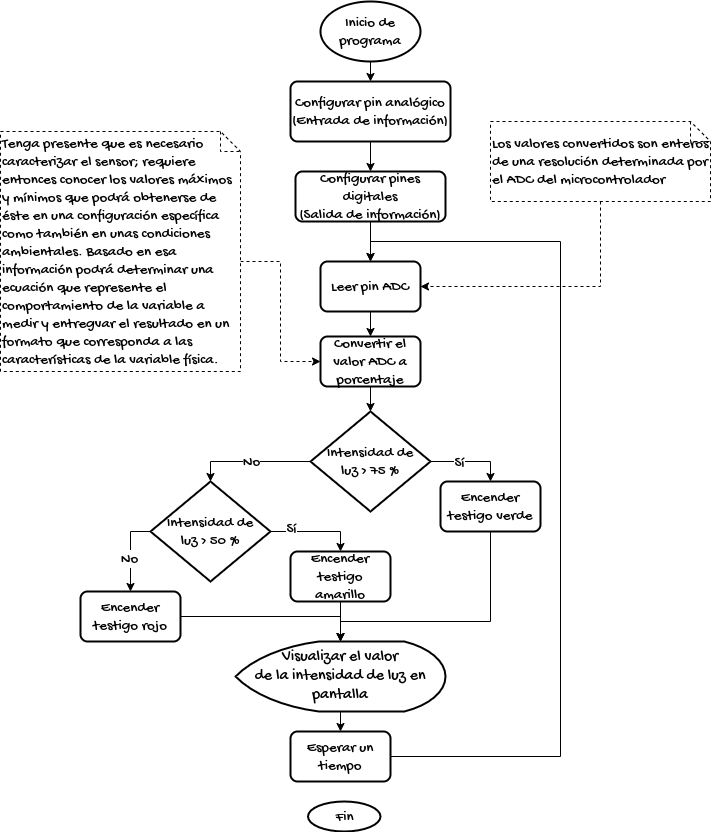
The draw.io diagram desing/t4-adc/adc-algoritmo.drawio.png in johnnycubides/taller-ing-electronical-UNAL, before a commit. Source tidied: cells renumbered, new cells last; positions are measured from the earlier drawing's top-left corner, leaving out a move shared by most shapes. Its diagram source:
```xml
<mxGraphModel>
  <root>
    <mxCell id="0" />
    <mxCell id="1" parent="0" />
    <mxCell id="2" style="edgeStyle=orthogonalEdgeStyle;rounded=0;jettySize=auto;html=1;exitX=0.5;exitY=1;exitDx=0;exitDy=0;exitPerimeter=0;entryX=0.5;entryY=0;entryDx=0;entryDy=0;" parent="1" edge="1" source="3" target="5">
      <mxGeometry relative="1" as="geometry" />
    </mxCell>
    <mxCell id="3" value="Inicio de programa" style="strokeWidth=2;html=1;shape=mxgraph.flowchart.start_1;whiteSpace=wrap;fontFamily=Gochi Hand;fontSource=https%3A%2F%2Ffonts.googleapis.com%2Fcss%3Ffamily%3DGochi%2BHand;fontSize=15;" parent="1" vertex="1">
      <mxGeometry x="320" width="100" height="60" as="geometry" />
    </mxCell>
    <mxCell id="4" style="edgeStyle=orthogonalEdgeStyle;rounded=0;jettySize=auto;html=1;exitX=0.5;exitY=1;exitDx=0;exitDy=0;entryX=0.5;entryY=0;entryDx=0;entryDy=0;" parent="1" edge="1" source="5" target="7">
      <mxGeometry relative="1" as="geometry" />
    </mxCell>
    <mxCell id="5" value="Configurar pin analógico&lt;br&gt;(Entrada de información)" style="rounded=1;whiteSpace=wrap;html=1;absoluteArcSize=1;arcSize=14;strokeWidth=2;fontFamily=Gochi Hand;fontSource=https%3A%2F%2Ffonts.googleapis.com%2Fcss%3Ffamily%3DGochi%2BHand;fontSize=15;" parent="1" vertex="1">
      <mxGeometry x="290" y="80" width="160" height="60" as="geometry" />
    </mxCell>
    <mxCell id="6" style="edgeStyle=orthogonalEdgeStyle;rounded=0;jettySize=auto;html=1;exitX=0.5;exitY=1;exitDx=0;exitDy=0;entryX=0.5;entryY=0;entryDx=0;entryDy=0;" parent="1" edge="1" source="7" target="9">
      <mxGeometry relative="1" as="geometry" />
    </mxCell>
    <mxCell id="7" value="Configurar pines digitales&lt;br&gt;(Salida de información)" style="rounded=1;whiteSpace=wrap;html=1;absoluteArcSize=1;arcSize=14;strokeWidth=2;fontFamily=Gochi Hand;fontSource=https%3A%2F%2Ffonts.googleapis.com%2Fcss%3Ffamily%3DGochi%2BHand;fontSize=15;" parent="1" vertex="1">
      <mxGeometry x="295" y="170" width="150" height="50" as="geometry" />
    </mxCell>
    <mxCell id="8" style="edgeStyle=orthogonalEdgeStyle;rounded=0;jettySize=auto;html=1;exitX=0.5;exitY=1;exitDx=0;exitDy=0;entryX=0.5;entryY=0;entryDx=0;entryDy=0;" parent="1" edge="1" source="9" target="10">
      <mxGeometry relative="1" as="geometry" />
    </mxCell>
    <mxCell id="9" value="Leer pin ADC" style="rounded=1;whiteSpace=wrap;html=1;absoluteArcSize=1;arcSize=14;strokeWidth=2;fontFamily=Gochi Hand;fontSource=https%3A%2F%2Ffonts.googleapis.com%2Fcss%3Ffamily%3DGochi%2BHand;fontSize=15;" parent="1" vertex="1">
      <mxGeometry x="320" y="260" width="100" height="50" as="geometry" />
    </mxCell>
    <mxCell id="10" value="Convertir el valor ADC a porcentaje" style="rounded=1;whiteSpace=wrap;html=1;absoluteArcSize=1;arcSize=14;strokeWidth=2;fontFamily=Gochi Hand;fontSource=https%3A%2F%2Ffonts.googleapis.com%2Fcss%3Ffamily%3DGochi%2BHand;fontSize=15;" parent="1" vertex="1">
      <mxGeometry x="320" y="335" width="100" height="50" as="geometry" />
    </mxCell>
    <mxCell id="11" style="edgeStyle=orthogonalEdgeStyle;rounded=0;jettySize=auto;html=1;exitX=0.5;exitY=1;exitDx=0;exitDy=0;exitPerimeter=0;entryX=1;entryY=0.5;entryDx=0;entryDy=0;dashed=1;" parent="1" edge="1" source="12" target="9">
      <mxGeometry relative="1" as="geometry" />
    </mxCell>
    <mxCell id="12" value="Los valores convertidos son enteros de una resolución determinada por el ADC del microcontrolador" style="shape=note;size=20;whiteSpace=wrap;html=1;fontSize=15;fontFamily=Gochi Hand;fontSource=https%3A%2F%2Ffonts.googleapis.com%2Fcss%3Ffamily%3DGochi%2BHand;dashed=1;align=left;" parent="1" vertex="1">
      <mxGeometry x="490" y="120" width="220" height="80" as="geometry" />
    </mxCell>
    <mxCell id="13" style="edgeStyle=orthogonalEdgeStyle;rounded=0;jettySize=auto;html=1;exitX=0;exitY=0;exitDx=240;exitDy=130;exitPerimeter=0;entryX=0;entryY=0.5;entryDx=0;entryDy=0;dashed=1;" parent="1" edge="1" source="14" target="10">
      <mxGeometry relative="1" as="geometry" />
    </mxCell>
    <mxCell id="14" value="Tenga presente que es necesario caracterizar el sensor; requiere entonces conocer los valores máximos y mínimos que podrá obtenerse de éste en una configuración específica como también en unas condiciones ambientales. Basado en esa información podrá determinar una ecuación que represente el comportamiento de la variable a medir y entregvar el resultado en un formato que corresponda a las características de la variable física." style="shape=note;size=20;whiteSpace=wrap;html=1;fontSize=15;fontFamily=Gochi Hand;fontSource=https%3A%2F%2Ffonts.googleapis.com%2Fcss%3Ffamily%3DGochi%2BHand;dashed=1;align=left;" parent="1" vertex="1">
      <mxGeometry y="130" width="240" height="240" as="geometry" />
    </mxCell>
    <mxCell id="15" style="edgeStyle=orthogonalEdgeStyle;rounded=0;jettySize=auto;html=1;exitX=1;exitY=0.5;exitDx=0;exitDy=0;exitPerimeter=0;entryX=0.5;entryY=0;entryDx=0;entryDy=0;" parent="1" edge="1" source="17" target="19">
      <mxGeometry relative="1" as="geometry" />
    </mxCell>
    <mxCell id="16" value="Sí" style="edgeLabel;html=1;align=center;verticalAlign=middle;fontStyle=0;fontSize=15;fontFamily=Gochi Hand;fontSource=https%3A%2F%2Ffonts.googleapis.com%2Fcss%3Ffamily%3DGochi%2BHand;" parent="15" vertex="1">
      <mxGeometry x="-0.3" relative="1" as="geometry" />
    </mxCell>
    <mxCell id="17" value="Intensidad de&lt;br&gt;luz &amp;gt; 75 %" style="strokeWidth=2;html=1;shape=mxgraph.flowchart.decision;whiteSpace=wrap;fontSize=15;fontFamily=Gochi Hand;fontSource=https%3A%2F%2Ffonts.googleapis.com%2Fcss%3Ffamily%3DGochi%2BHand;" parent="1" vertex="1">
      <mxGeometry x="310" y="410" width="120" height="100" as="geometry" />
    </mxCell>
    <mxCell id="18" style="edgeStyle=orthogonalEdgeStyle;rounded=0;jettySize=auto;html=1;exitX=0.5;exitY=1;exitDx=0;exitDy=0;entryX=0.5;entryY=0;entryDx=0;entryDy=0;entryPerimeter=0;" parent="1" edge="1" source="10" target="17">
      <mxGeometry relative="1" as="geometry" />
    </mxCell>
    <mxCell id="19" value="Encender testigo verde" style="rounded=1;whiteSpace=wrap;html=1;absoluteArcSize=1;arcSize=14;strokeWidth=2;fontFamily=Gochi Hand;fontSource=https%3A%2F%2Ffonts.googleapis.com%2Fcss%3Ffamily%3DGochi%2BHand;fontSize=15;" parent="1" vertex="1">
      <mxGeometry x="440" y="480" width="100" height="50" as="geometry" />
    </mxCell>
    <mxCell id="20" style="edgeStyle=orthogonalEdgeStyle;rounded=0;jettySize=auto;html=1;exitX=0.5;exitY=1;exitDx=0;exitDy=0;exitPerimeter=0;entryX=0.5;entryY=0;entryDx=0;entryDy=0;" parent="1" edge="1" source="21" target="23">
      <mxGeometry relative="1" as="geometry" />
    </mxCell>
    <mxCell id="21" value="Visualizar el valor&lt;br&gt;de la intensidad de luz en&lt;br&gt;pantalla" style="strokeWidth=2;html=1;shape=mxgraph.flowchart.display;whiteSpace=wrap;fontSize=16;fontFamily=Gochi Hand;fontSource=https%3A%2F%2Ffonts.googleapis.com%2Fcss%3Ffamily%3DGochi%2BHand;" parent="1" vertex="1">
      <mxGeometry x="235" y="640" width="210" height="70" as="geometry" />
    </mxCell>
    <mxCell id="22" style="edgeStyle=orthogonalEdgeStyle;rounded=0;jettySize=auto;html=1;exitX=1;exitY=0.5;exitDx=0;exitDy=0;entryX=0.5;entryY=0;entryDx=0;entryDy=0;" parent="1" edge="1" source="23" target="9">
      <mxGeometry relative="1" as="geometry">
        <Array as="points">
          <mxPoint x="560" y="755" />
          <mxPoint x="560" y="240" />
          <mxPoint x="370" y="240" />
        </Array>
      </mxGeometry>
    </mxCell>
    <mxCell id="23" value="Esperar un tiempo" style="rounded=1;whiteSpace=wrap;html=1;absoluteArcSize=1;arcSize=14;strokeWidth=2;fontFamily=Gochi Hand;fontSource=https%3A%2F%2Ffonts.googleapis.com%2Fcss%3Ffamily%3DGochi%2BHand;fontSize=15;" parent="1" vertex="1">
      <mxGeometry x="290" y="730" width="100" height="50" as="geometry" />
    </mxCell>
    <mxCell id="24" style="edgeStyle=orthogonalEdgeStyle;rounded=0;jettySize=auto;html=1;exitX=1;exitY=0.5;exitDx=0;exitDy=0;exitPerimeter=0;entryX=0.5;entryY=0;entryDx=0;entryDy=0;" parent="1" edge="1" source="28" target="29">
      <mxGeometry relative="1" as="geometry" />
    </mxCell>
    <mxCell id="25" value="Sí" style="edgeLabel;html=1;align=center;verticalAlign=middle;fontSize=15;fontFamily=Gochi Hand;fontSource=https%3A%2F%2Ffonts.googleapis.com%2Fcss%3Ffamily%3DGochi%2BHand;" parent="24" vertex="1">
      <mxGeometry x="-0.55" y="4" relative="1" as="geometry" />
    </mxCell>
    <mxCell id="26" style="edgeStyle=orthogonalEdgeStyle;rounded=0;jettySize=auto;html=1;exitX=0;exitY=0.5;exitDx=0;exitDy=0;exitPerimeter=0;entryX=0.5;entryY=0;entryDx=0;entryDy=0;" parent="1" edge="1" source="28" target="32">
      <mxGeometry relative="1" as="geometry" />
    </mxCell>
    <mxCell id="27" value="No" style="edgeLabel;html=1;align=center;verticalAlign=middle;fontSize=15;fontFamily=Gochi Hand;fontSource=https%3A%2F%2Ffonts.googleapis.com%2Fcss%3Ffamily%3DGochi%2BHand;" parent="26" vertex="1">
      <mxGeometry x="0.14" y="-2" relative="1" as="geometry" />
    </mxCell>
    <mxCell id="28" value="Intensidad de&lt;br&gt;luz &amp;gt; 50 %" style="strokeWidth=2;html=1;shape=mxgraph.flowchart.decision;whiteSpace=wrap;fontSize=15;fontFamily=Gochi Hand;fontSource=https%3A%2F%2Ffonts.googleapis.com%2Fcss%3Ffamily%3DGochi%2BHand;" parent="1" vertex="1">
      <mxGeometry x="150" y="480" width="120" height="100" as="geometry" />
    </mxCell>
    <mxCell id="29" value="Encender testigo amarillo" style="rounded=1;whiteSpace=wrap;html=1;absoluteArcSize=1;arcSize=14;strokeWidth=2;fontFamily=Gochi Hand;fontSource=https%3A%2F%2Ffonts.googleapis.com%2Fcss%3Ffamily%3DGochi%2BHand;fontSize=15;" parent="1" vertex="1">
      <mxGeometry x="290" y="550" width="100" height="50" as="geometry" />
    </mxCell>
    <mxCell id="30" style="edgeStyle=orthogonalEdgeStyle;rounded=0;jettySize=auto;html=1;exitX=0.5;exitY=1;exitDx=0;exitDy=0;entryX=0.5;entryY=0;entryDx=0;entryDy=0;entryPerimeter=0;" parent="1" edge="1" source="29" target="21">
      <mxGeometry relative="1" as="geometry" />
    </mxCell>
    <mxCell id="31" style="edgeStyle=orthogonalEdgeStyle;rounded=0;jettySize=auto;html=1;exitX=1;exitY=0.5;exitDx=0;exitDy=0;entryX=0.5;entryY=0;entryDx=0;entryDy=0;entryPerimeter=0;" parent="1" edge="1" source="32" target="21">
      <mxGeometry relative="1" as="geometry">
        <Array as="points">
          <mxPoint x="340" y="615" />
        </Array>
      </mxGeometry>
    </mxCell>
    <mxCell id="32" value="Encender testigo rojo" style="rounded=1;whiteSpace=wrap;html=1;absoluteArcSize=1;arcSize=14;strokeWidth=2;fontFamily=Gochi Hand;fontSource=https%3A%2F%2Ffonts.googleapis.com%2Fcss%3Ffamily%3DGochi%2BHand;fontSize=15;" parent="1" vertex="1">
      <mxGeometry x="80" y="590" width="100" height="50" as="geometry" />
    </mxCell>
    <mxCell id="33" style="edgeStyle=orthogonalEdgeStyle;rounded=0;jettySize=auto;html=1;exitX=0;exitY=0.5;exitDx=0;exitDy=0;exitPerimeter=0;entryX=0.5;entryY=0;entryDx=0;entryDy=0;entryPerimeter=0;" parent="1" edge="1" source="17" target="28">
      <mxGeometry relative="1" as="geometry" />
    </mxCell>
    <mxCell id="34" value="No" style="edgeLabel;html=1;align=center;verticalAlign=middle;fontSize=15;fontFamily=Gochi Hand;fontSource=https%3A%2F%2Ffonts.googleapis.com%2Fcss%3Ffamily%3DGochi%2BHand;" parent="33" vertex="1">
      <mxGeometry y="-1" relative="1" as="geometry" />
    </mxCell>
    <mxCell id="35" style="edgeStyle=orthogonalEdgeStyle;rounded=0;jettySize=auto;html=1;exitX=0.5;exitY=1;exitDx=0;exitDy=0;entryX=0.5;entryY=0;entryDx=0;entryDy=0;entryPerimeter=0;" parent="1" edge="1" source="19" target="21">
      <mxGeometry relative="1" as="geometry">
        <Array as="points">
          <mxPoint x="490" y="620" />
          <mxPoint x="340" y="620" />
        </Array>
      </mxGeometry>
    </mxCell>
    <mxCell id="36" value="Fin" style="strokeWidth=2;html=1;shape=mxgraph.flowchart.start_1;whiteSpace=wrap;fontFamily=Gochi Hand;fontSource=https%3A%2F%2Ffonts.googleapis.com%2Fcss%3Ffamily%3DGochi%2BHand;fontSize=15;" parent="1" vertex="1">
      <mxGeometry x="307.5" y="800" width="72.5" height="30" as="geometry" />
    </mxCell>
  </root>
</mxGraphModel>
```
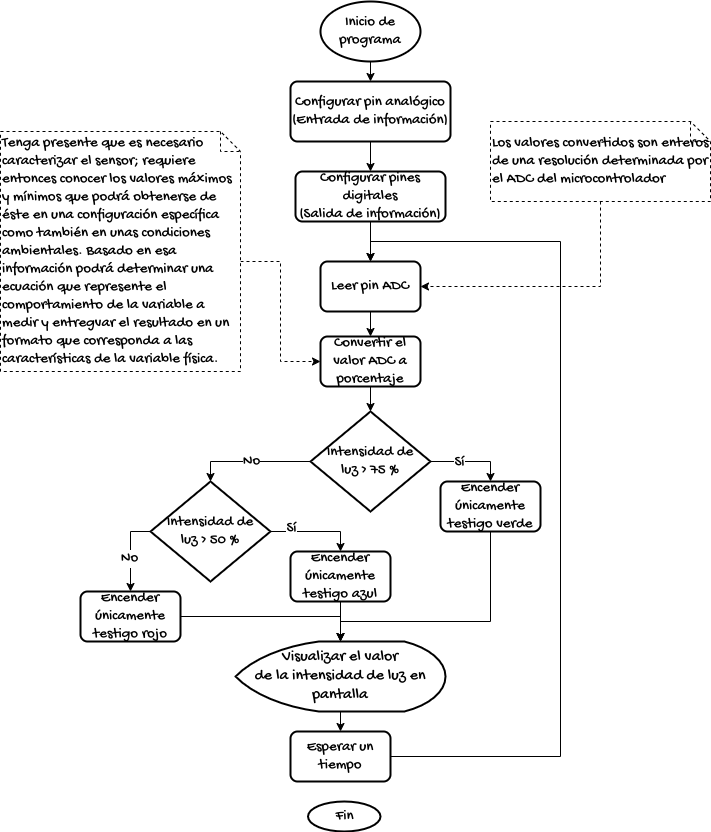
After the change.

Change to the diagram source:
```diff
@@ -53,7 +53,7 @@
     <mxCell id="18" style="edgeStyle=orthogonalEdgeStyle;rounded=0;jettySize=auto;html=1;exitX=0.5;exitY=1;exitDx=0;exitDy=0;entryX=0.5;entryY=0;entryDx=0;entryDy=0;entryPerimeter=0;" parent="1" edge="1" source="10" target="17">
       <mxGeometry relative="1" as="geometry" />
     </mxCell>
-    <mxCell id="19" value="Encender testigo verde" style="rounded=1;whiteSpace=wrap;html=1;absoluteArcSize=1;arcSize=14;strokeWidth=2;fontFamily=Gochi Hand;fontSource=https%3A%2F%2Ffonts.googleapis.com%2Fcss%3Ffamily%3DGochi%2BHand;fontSize=15;" parent="1" vertex="1">
+    <mxCell id="19" value="Encender únicamente testigo verde" style="rounded=1;whiteSpace=wrap;html=1;absoluteArcSize=1;arcSize=14;strokeWidth=2;fontFamily=Gochi Hand;fontSource=https%3A%2F%2Ffonts.googleapis.com%2Fcss%3Ffamily%3DGochi%2BHand;fontSize=15;" parent="1" vertex="1">
       <mxGeometry x="440" y="480" width="100" height="50" as="geometry" />
     </mxCell>
     <mxCell id="20" style="edgeStyle=orthogonalEdgeStyle;rounded=0;jettySize=auto;html=1;exitX=0.5;exitY=1;exitDx=0;exitDy=0;exitPerimeter=0;entryX=0.5;entryY=0;entryDx=0;entryDy=0;" parent="1" edge="1" source="21" target="23">
@@ -89,7 +89,7 @@
     <mxCell id="28" value="Intensidad de&lt;br&gt;luz &amp;gt; 50 %" style="strokeWidth=2;html=1;shape=mxgraph.flowchart.decision;whiteSpace=wrap;fontSize=15;fontFamily=Gochi Hand;fontSource=https%3A%2F%2Ffonts.googleapis.com%2Fcss%3Ffamily%3DGochi%2BHand;" parent="1" vertex="1">
       <mxGeometry x="150" y="480" width="120" height="100" as="geometry" />
     </mxCell>
-    <mxCell id="29" value="Encender testigo amarillo" style="rounded=1;whiteSpace=wrap;html=1;absoluteArcSize=1;arcSize=14;strokeWidth=2;fontFamily=Gochi Hand;fontSource=https%3A%2F%2Ffonts.googleapis.com%2Fcss%3Ffamily%3DGochi%2BHand;fontSize=15;" parent="1" vertex="1">
+    <mxCell id="29" value="Encender únicamente testigo azul" style="rounded=1;whiteSpace=wrap;html=1;absoluteArcSize=1;arcSize=14;strokeWidth=2;fontFamily=Gochi Hand;fontSource=https%3A%2F%2Ffonts.googleapis.com%2Fcss%3Ffamily%3DGochi%2BHand;fontSize=15;" parent="1" vertex="1">
       <mxGeometry x="290" y="550" width="100" height="50" as="geometry" />
     </mxCell>
     <mxCell id="30" style="edgeStyle=orthogonalEdgeStyle;rounded=0;jettySize=auto;html=1;exitX=0.5;exitY=1;exitDx=0;exitDy=0;entryX=0.5;entryY=0;entryDx=0;entryDy=0;entryPerimeter=0;" parent="1" edge="1" source="29" target="21">
@@ -102,7 +102,7 @@
         </Array>
       </mxGeometry>
     </mxCell>
-    <mxCell id="32" value="Encender testigo rojo" style="rounded=1;whiteSpace=wrap;html=1;absoluteArcSize=1;arcSize=14;strokeWidth=2;fontFamily=Gochi Hand;fontSource=https%3A%2F%2Ffonts.googleapis.com%2Fcss%3Ffamily%3DGochi%2BHand;fontSize=15;" parent="1" vertex="1">
+    <mxCell id="32" value="Encender únicamente testigo rojo" style="rounded=1;whiteSpace=wrap;html=1;absoluteArcSize=1;arcSize=14;strokeWidth=2;fontFamily=Gochi Hand;fontSource=https%3A%2F%2Ffonts.googleapis.com%2Fcss%3Ffamily%3DGochi%2BHand;fontSize=15;" parent="1" vertex="1">
       <mxGeometry x="80" y="590" width="100" height="50" as="geometry" />
     </mxCell>
     <mxCell id="33" style="edgeStyle=orthogonalEdgeStyle;rounded=0;jettySize=auto;html=1;exitX=0;exitY=0.5;exitDx=0;exitDy=0;exitPerimeter=0;entryX=0.5;entryY=0;entryDx=0;entryDy=0;entryPerimeter=0;" parent="1" edge="1" source="17" target="28">
```
